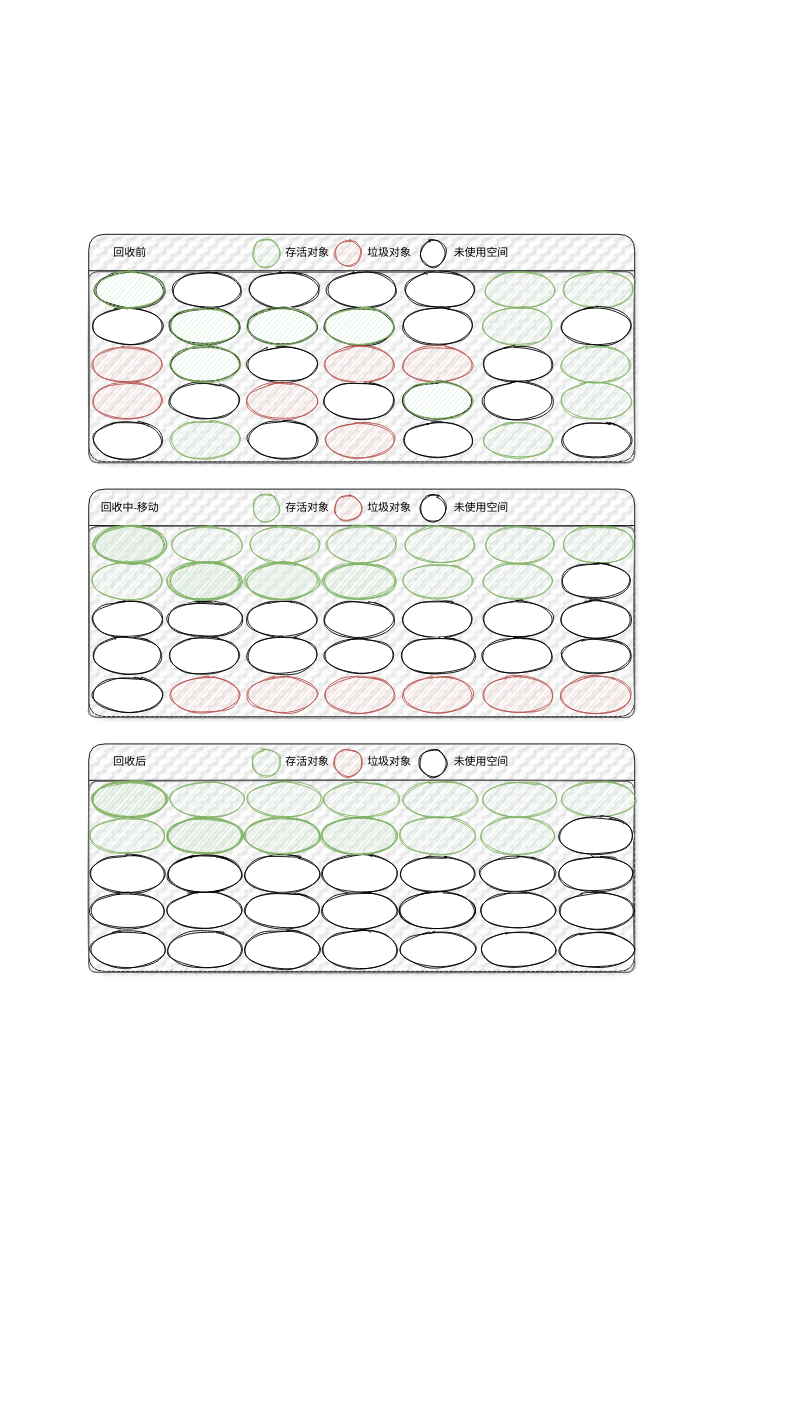
Before: draw/jvm/垃圾回收算法-标记整理2.drawio in Thechc/materials, a draw.io diagram. Source tidied: cells renumbered, new cells numbered last; positions are measured from the earlier drawing's top-left corner, leaving out a move shared by most shapes. Both pictures are drawn from the tidied source at 91%, with x=0, y=0 at pixel (88, 234).
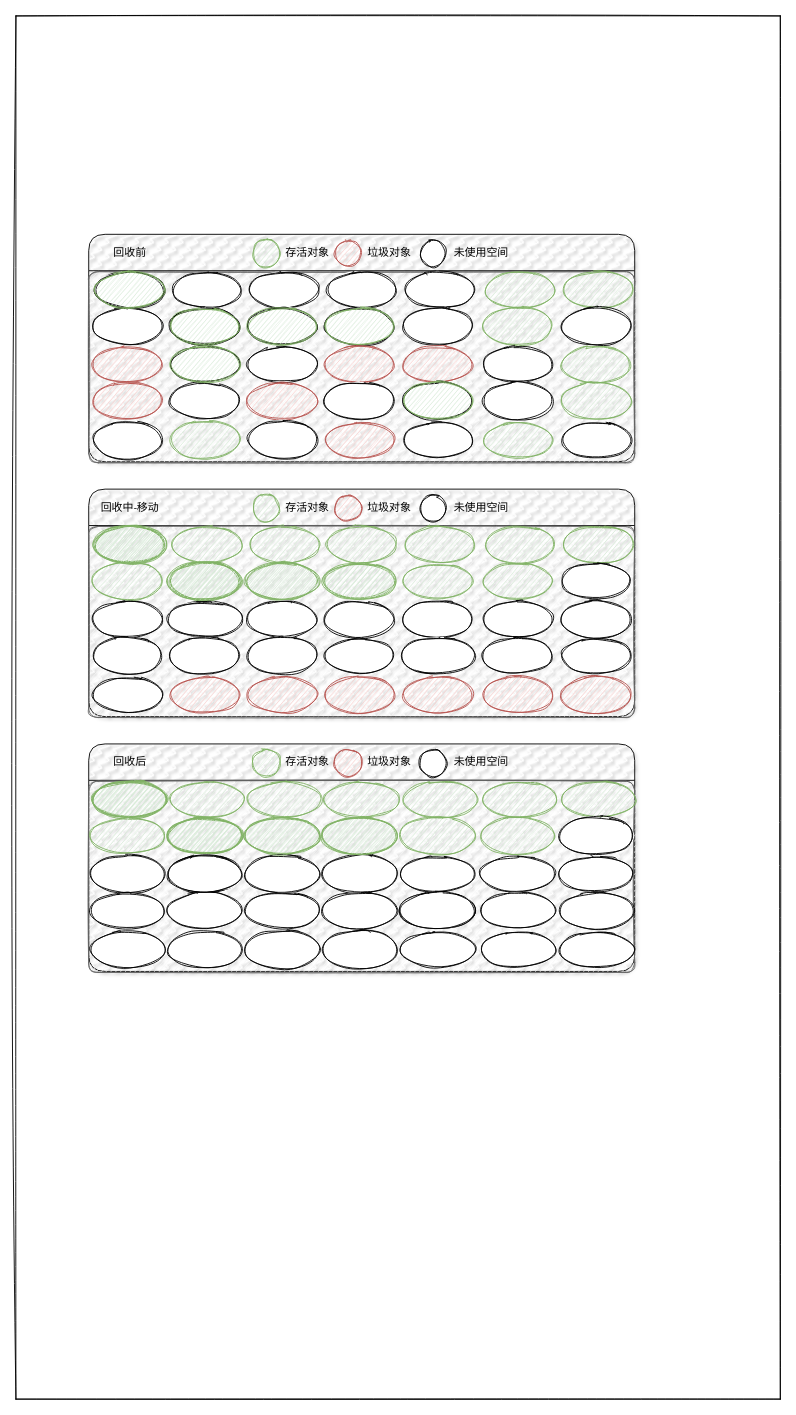
Above is the later version.

Commit message (it also covers changes not shown here):
Update 垃圾回收算法-标记整理2.drawio

The edit, as a diff of the source:
```diff
@@
+    <mxCell id="158" style="rounded=0;whiteSpace=wrap;html=1;sketch=1;" parent="1" vertex="1">
+      <mxGeometry x="-80" y="-240" width="840" height="1520" as="geometry" />
+    </mxCell>
```
